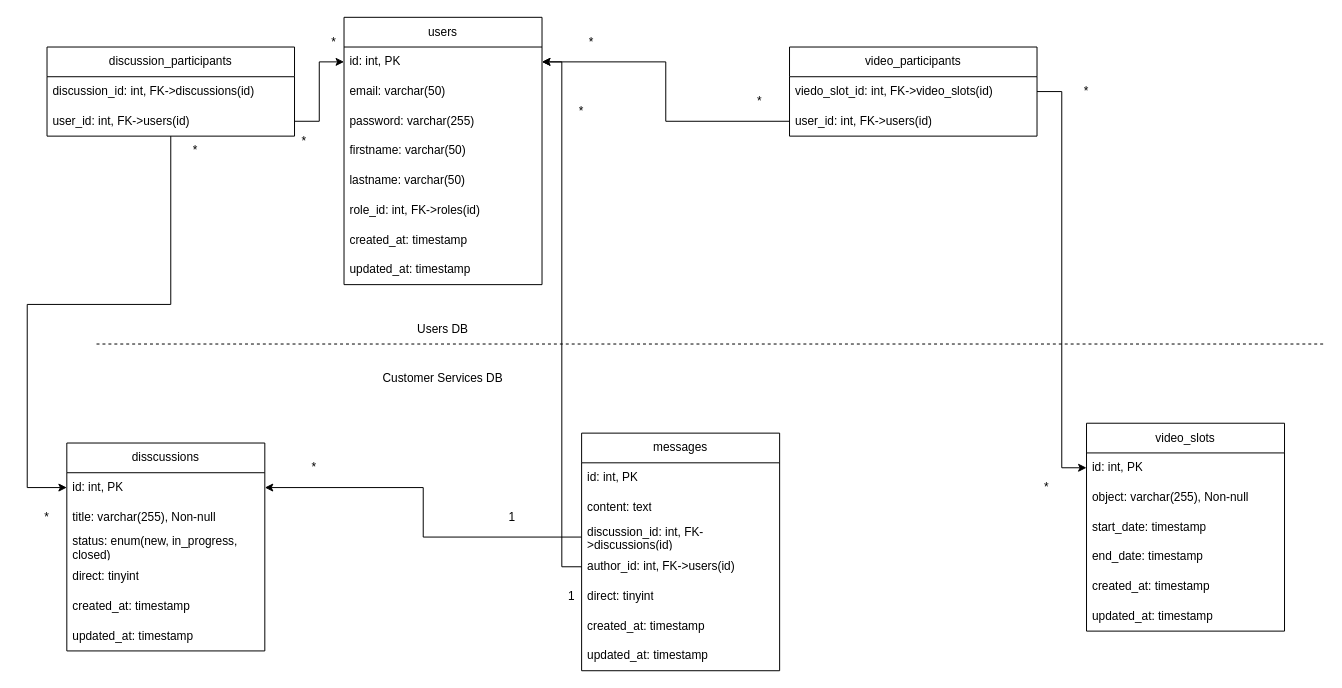
The draw.io diagram MS_Customer_services.drawio in TBERT31/P13-YourCarYourWay_MessageApp_JavaAngular, before the edit. Source tidied: cells renumbered, new cells numbered last; positions are measured from the earlier drawing's top-left corner, leaving out a move shared by most shapes. Both pictures are drawn from the tidied source at 99%, with x=0, y=0 at pixel (17, 17).
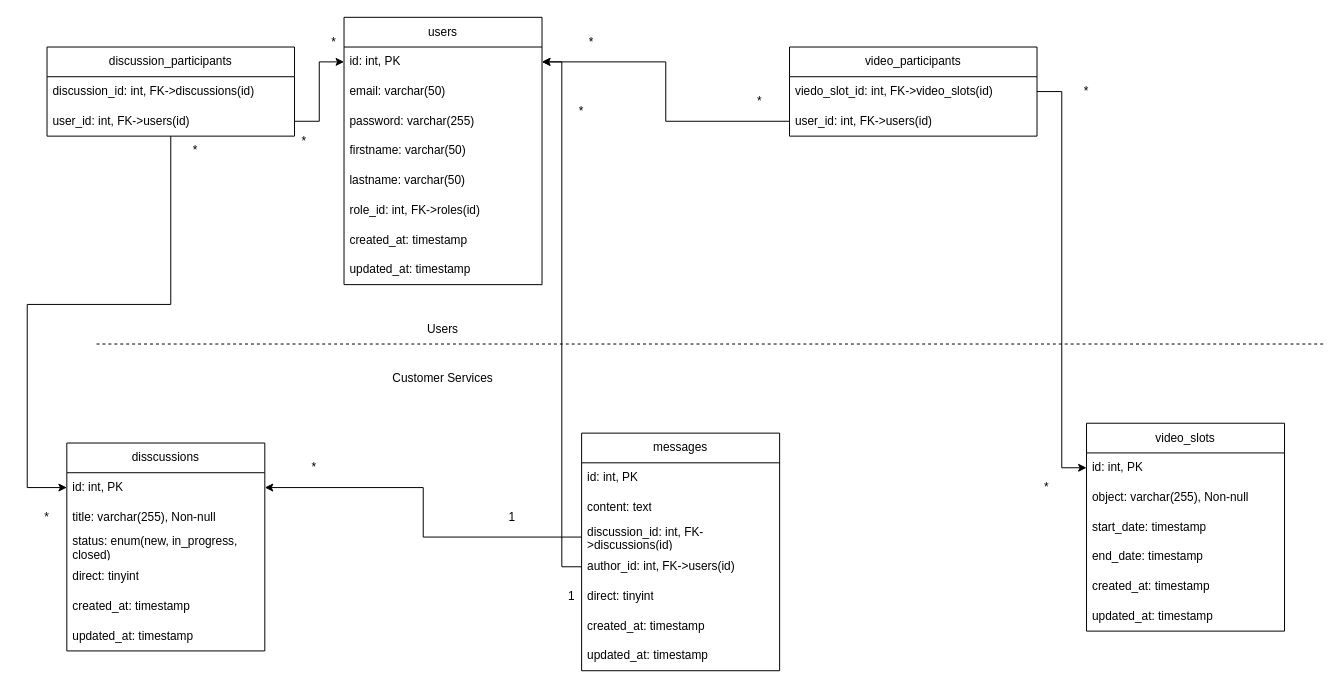
The same page after the edit.

Commit message:
Mettre à jour MS_Customer_services.drawio

Diff of the diagram source:
```diff
@@
-    <mxCell id="12" value="Customer Services DB" style="text;html=1;align=center;verticalAlign=middle;whiteSpace=wrap;rounded=0;" parent="1" vertex="1">
+    <mxCell id="12" value="Customer Services" style="text;html=1;align=center;verticalAlign=middle;whiteSpace=wrap;rounded=0;" parent="1" vertex="1">
       <mxGeometry x="350" y="350" width="160" height="30" as="geometry" />
     </mxCell>
-    <mxCell id="13" value="Users DB" style="text;html=1;align=center;verticalAlign=middle;whiteSpace=wrap;rounded=0;" parent="1" vertex="1">
+    <mxCell id="13" value="Users" style="text;html=1;align=center;verticalAlign=middle;whiteSpace=wrap;rounded=0;" parent="1" vertex="1">
       <mxGeometry x="380" y="300" width="100" height="30" as="geometry" />
     </mxCell>
```
